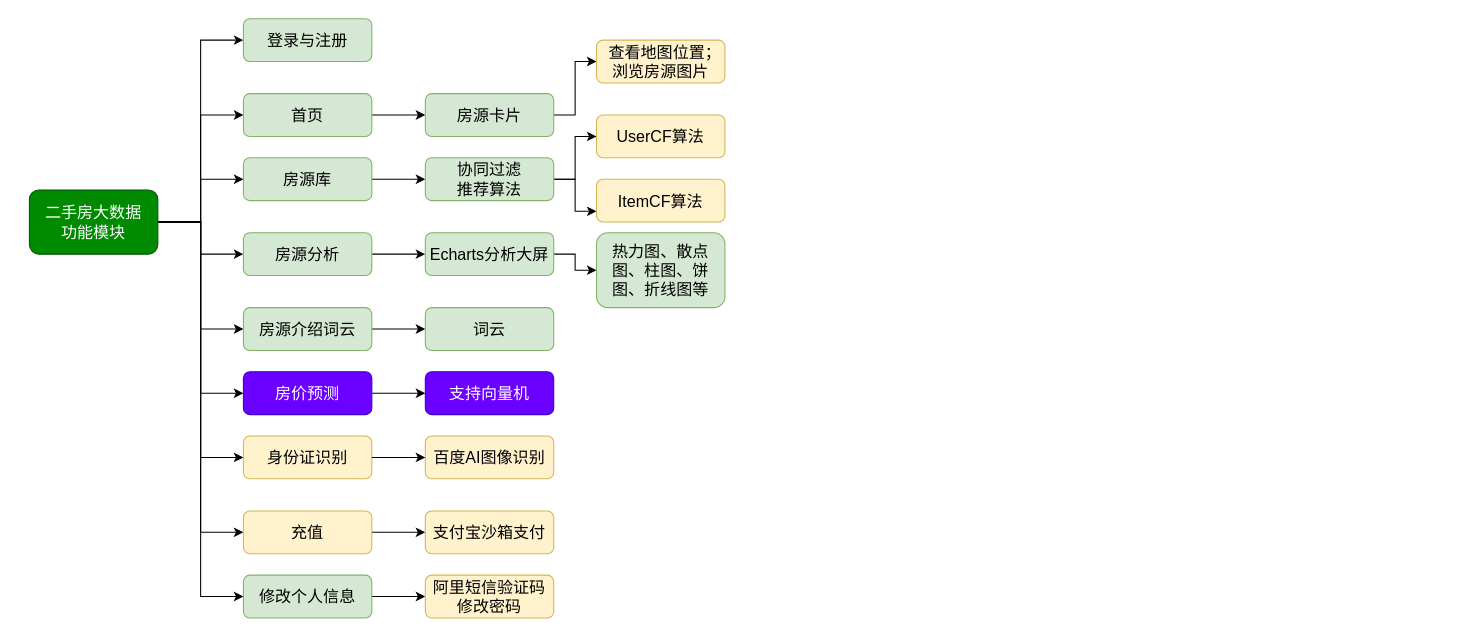
The draw.io diagram FLASK/30求职大数据.drawio in redcomet88/DRAW, before the edit. Source tidied: cells renumbered, new cells numbered last; positions are measured from the earlier drawing's top-left corner, leaving out a move shared by most shapes. Both pictures are drawn from the tidied source at 107%, with x=0, y=0 at pixel (29, 18).
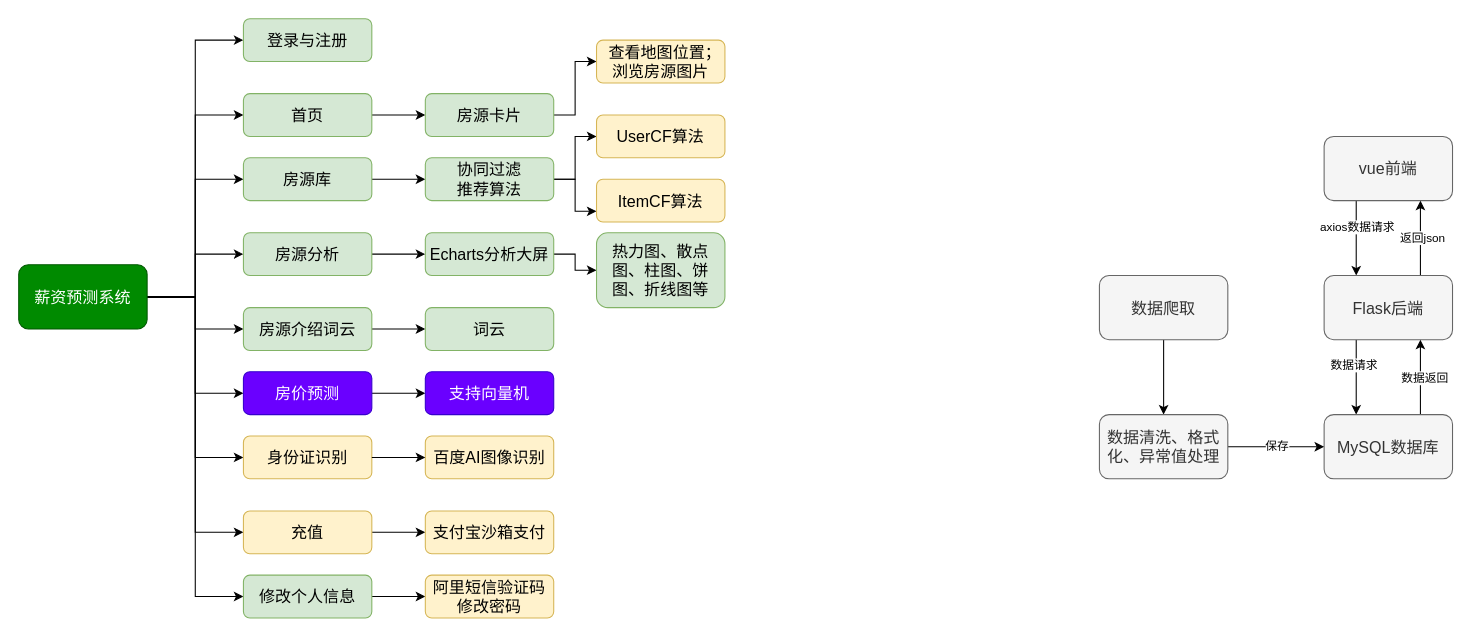
The same page after the edit.

Commit message (it also covers changes not shown here):
更新30求职大数据.drawio

The edit, as a diff of the source:
```diff
@@
-    <mxCell id="11" value="二手房大数据&lt;br&gt;功能模块" style="rounded=1;whiteSpace=wrap;html=1;fontSize=15;fillColor=#008a00;strokeColor=#005700;fontColor=#ffffff;" parent="1" vertex="1">
-      <mxGeometry y="160" width="120" height="60" as="geometry" />
+    <mxCell id="11" value="薪资预测系统" style="rounded=1;whiteSpace=wrap;html=1;fontSize=15;fillColor=#008a00;strokeColor=#005700;fontColor=#ffffff;" parent="1" vertex="1">
+      <mxGeometry x="-10" y="230" width="120" height="60" as="geometry" />
     </mxCell>
@@
+    <mxCell id="45" style="edgeStyle=orthogonalEdgeStyle;rounded=0;jettySize=auto;html=1;exitX=0.25;exitY=1;exitDx=0;exitDy=0;entryX=0.25;entryY=0;entryDx=0;entryDy=0;" parent="1" edge="1" source="47" target="52">
+      <mxGeometry relative="1" as="geometry" />
+    </mxCell>
+    <mxCell id="46" value="axios数据请求" style="edgeLabel;html=1;align=center;verticalAlign=middle;" parent="45" vertex="1">
+      <mxGeometry x="-0.31" relative="1" as="geometry" />
+    </mxCell>
+    <mxCell id="47" value="vue前端" style="rounded=1;whiteSpace=wrap;html=1;fontSize=15;fillColor=#f5f5f5;strokeColor=#666666;fontColor=#333333;" parent="1" vertex="1">
+      <mxGeometry x="1210" y="110" width="120" height="60" as="geometry" />
+    </mxCell>
+    <mxCell id="48" style="edgeStyle=orthogonalEdgeStyle;rounded=0;jettySize=auto;html=1;exitX=0.75;exitY=0;exitDx=0;exitDy=0;entryX=0.75;entryY=1;entryDx=0;entryDy=0;" parent="1" edge="1" source="52" target="47">
+      <mxGeometry relative="1" as="geometry" />
+    </mxCell>
+    <mxCell id="49" value="返回json" style="edgeLabel;html=1;align=center;verticalAlign=middle;" parent="48" vertex="1">
+      <mxGeometry x="0.03" y="-1" relative="1" as="geometry" />
+    </mxCell>
+    <mxCell id="50" style="edgeStyle=orthogonalEdgeStyle;rounded=0;jettySize=auto;html=1;exitX=0.25;exitY=1;exitDx=0;exitDy=0;entryX=0.25;entryY=0;entryDx=0;entryDy=0;" parent="1" edge="1" source="52" target="55">
+      <mxGeometry relative="1" as="geometry" />
+    </mxCell>
+    <mxCell id="51" value="数据请求" style="edgeLabel;html=1;align=center;verticalAlign=middle;" parent="50" vertex="1">
+      <mxGeometry x="-0.34" y="-3" relative="1" as="geometry" />
+    </mxCell>
+    <mxCell id="52" value="Flask后端" style="rounded=1;whiteSpace=wrap;html=1;fontSize=15;fillColor=#f5f5f5;strokeColor=#666666;fontColor=#333333;" parent="1" vertex="1">
+      <mxGeometry x="1210" y="240" width="120" height="60" as="geometry" />
+    </mxCell>
+    <mxCell id="53" style="edgeStyle=orthogonalEdgeStyle;rounded=0;jettySize=auto;html=1;exitX=0.75;exitY=0;exitDx=0;exitDy=0;entryX=0.75;entryY=1;entryDx=0;entryDy=0;" parent="1" edge="1" source="55" target="52">
+      <mxGeometry relative="1" as="geometry" />
+    </mxCell>
+    <mxCell id="54" value="数据返回" style="edgeLabel;html=1;align=center;verticalAlign=middle;" parent="53" vertex="1">
+      <mxGeometry y="-3" relative="1" as="geometry" />
+    </mxCell>
+    <mxCell id="55" value="MySQL数据库" style="rounded=1;whiteSpace=wrap;html=1;fontSize=15;fillColor=#f5f5f5;strokeColor=#666666;fontColor=#333333;" parent="1" vertex="1">
+      <mxGeometry x="1210" y="370" width="120" height="60" as="geometry" />
+    </mxCell>
+    <mxCell id="56" style="edgeStyle=orthogonalEdgeStyle;rounded=0;jettySize=auto;html=1;exitX=0.5;exitY=1;exitDx=0;exitDy=0;entryX=0.5;entryY=0;entryDx=0;entryDy=0;" parent="1" edge="1" source="57" target="60">
+      <mxGeometry relative="1" as="geometry" />
+    </mxCell>
+    <mxCell id="57" value="数据爬取" style="rounded=1;whiteSpace=wrap;html=1;fontSize=15;fillColor=#f5f5f5;strokeColor=#666666;fontColor=#333333;" parent="1" vertex="1">
+      <mxGeometry x="1000" y="240" width="120" height="60" as="geometry" />
+    </mxCell>
+    <mxCell id="58" style="edgeStyle=orthogonalEdgeStyle;rounded=0;jettySize=auto;html=1;exitX=1;exitY=0.5;exitDx=0;exitDy=0;entryX=0;entryY=0.5;entryDx=0;entryDy=0;" parent="1" edge="1" source="60" target="55">
+      <mxGeometry relative="1" as="geometry" />
+    </mxCell>
+    <mxCell id="59" value="保存" style="edgeLabel;html=1;align=center;verticalAlign=middle;" parent="58" vertex="1">
+      <mxGeometry y="1" relative="1" as="geometry" />
+    </mxCell>
+    <mxCell id="60" value="数据清洗、格式化、异常值处理" style="rounded=1;whiteSpace=wrap;html=1;fontSize=15;fillColor=#f5f5f5;strokeColor=#666666;fontColor=#333333;" parent="1" vertex="1">
+      <mxGeometry x="1000" y="370" width="120" height="60" as="geometry" />
+    </mxCell>
```
